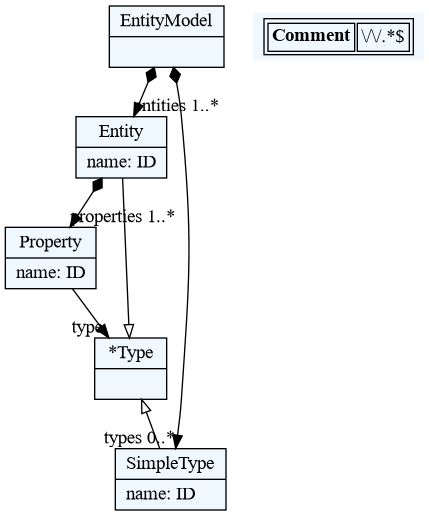
Earlier version of the Graphviz export dotexport/entity_meta.dot.png (jelenas97/JSD). Its source is kept beside it as dotexport/entity_meta.dot. The source it was exported from:
```dot
    digraph textX {
    fontname = "Bitstream Vera Sans"
    fontsize = 8
    node[
        shape=record,
        style=filled,
        fillcolor=aliceblue
    ]
    nodesep = 0.3
    edge[dir=black,arrowtail=empty]


1728645353504[ label="{EntityModel|}"]

1728645362000[ label="{Entity|name: ID\l}"]

1728645365776[ label="{Property|name: ID\l}"]

1728645368608[ label="{*Type|}"]

1728645316688[ label="{SimpleType|name: ID\l}"]



1728645353504 -> 1728645316688[arrowtail=diamond, dir=both, headlabel="types 0..*"]
1728645353504 -> 1728645362000[arrowtail=diamond, dir=both, headlabel="entities 1..*"]
1728645362000 -> 1728645365776[arrowtail=diamond, dir=both, headlabel="properties 1..*"]
1728645365776 -> 1728645368608[headlabel="type "]
1728645368608 -> 1728645316688 [dir=back]
1728645368608 -> 1728645362000 [dir=back]
match_rules [ shape=plaintext, label=< <table>
	<tr>
		<td><b>Comment</b></td><td>\/\/.*$</td>
	</tr>
</table> >]


}
```
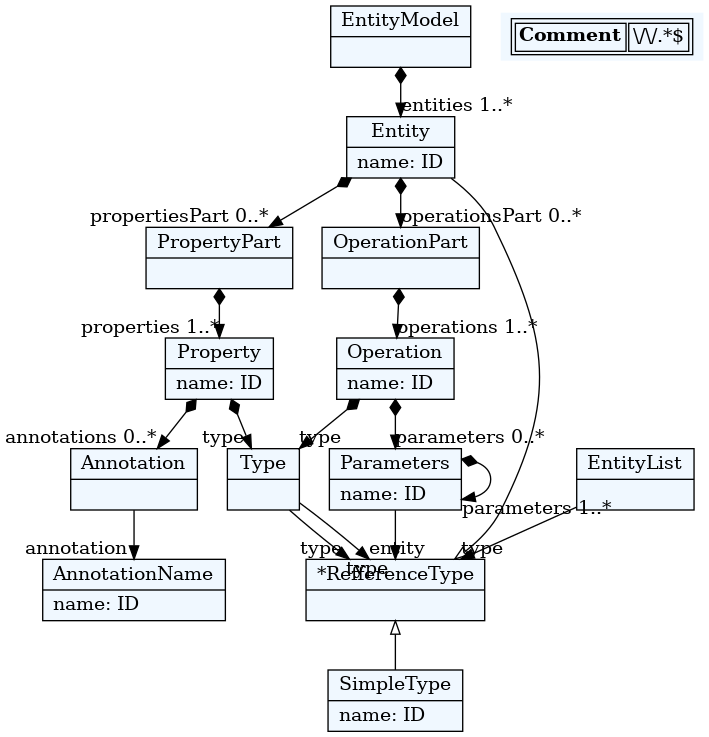
Above is the later version.

The edit, as a diff of the source:
```diff
@@ -10,24 +10,51 @@
     edge[dir=black,arrowtail=empty]
 
 
-1728645353504[ label="{EntityModel|}"]
+16647888[ label="{EntityModel|}"]
 
-1728645362000[ label="{Entity|name: ID\l}"]
+14498976[ label="{Entity|name: ID\l}"]
 
-1728645365776[ label="{Property|name: ID\l}"]
+16838560[ label="{PropertyPart|}"]
 
-1728645368608[ label="{*Type|}"]
+16844096[ label="{Property|name: ID\l}"]
 
-1728645316688[ label="{SimpleType|name: ID\l}"]
+16849632[ label="{Type|}"]
+
+16855168[ label="{EntityList|}"]
+
+16860704[ label="{Annotation|}"]
+
+16609600[ label="{AnnotationName|name: ID\l}"]
+
+16853168[ label="{*RefferenceType|}"]
+
+16608656[ label="{SimpleType|name: ID\l}"]
+
+16836560[ label="{OperationPart|}"]
+
+16867600[ label="{Operation|name: ID\l}"]
+
+16872544[ label="{Parameters|name: ID\l}"]
 
 
 
-1728645353504 -> 1728645316688[arrowtail=diamond, dir=both, headlabel="types 0..*"]
-1728645353504 -> 1728645362000[arrowtail=diamond, dir=both, headlabel="entities 1..*"]
-1728645362000 -> 1728645365776[arrowtail=diamond, dir=both, headlabel="properties 1..*"]
-1728645365776 -> 1728645368608[headlabel="type "]
-1728645368608 -> 1728645316688 [dir=back]
-1728645368608 -> 1728645362000 [dir=back]
+16647888 -> 14498976[arrowtail=diamond, dir=both, headlabel="entities 1..*"]
+14498976 -> 16838560[arrowtail=diamond, dir=both, headlabel="propertiesPart 0..*"]
+14498976 -> 16836560[arrowtail=diamond, dir=both, headlabel="operationsPart 0..*"]
+16838560 -> 16844096[arrowtail=diamond, dir=both, headlabel="properties 1..*"]
+16844096 -> 16860704[arrowtail=diamond, dir=both, headlabel="annotations 0..*"]
+16844096 -> 16849632[arrowtail=diamond, dir=both, headlabel="type "]
+16849632 -> 16853168[headlabel="type "]
+16849632 -> 16853168[headlabel="entity "]
+16855168 -> 16853168[headlabel="type "]
+16860704 -> 16609600[headlabel="annotation "]
+16853168 -> 16608656 [dir=back]
+16853168 -> 14498976 [dir=back]
+16836560 -> 16867600[arrowtail=diamond, dir=both, headlabel="operations 1..*"]
+16867600 -> 16872544[arrowtail=diamond, dir=both, headlabel="parameters 0..*"]
+16867600 -> 16849632[arrowtail=diamond, dir=both, headlabel="type "]
+16872544 -> 16853168[headlabel="type "]
+16872544 -> 16872544[arrowtail=diamond, dir=both, headlabel="parameters 1..*"]
 match_rules [ shape=plaintext, label=< <table>
 	<tr>
 		<td><b>Comment</b></td><td>\/\/.*$</td>
```
